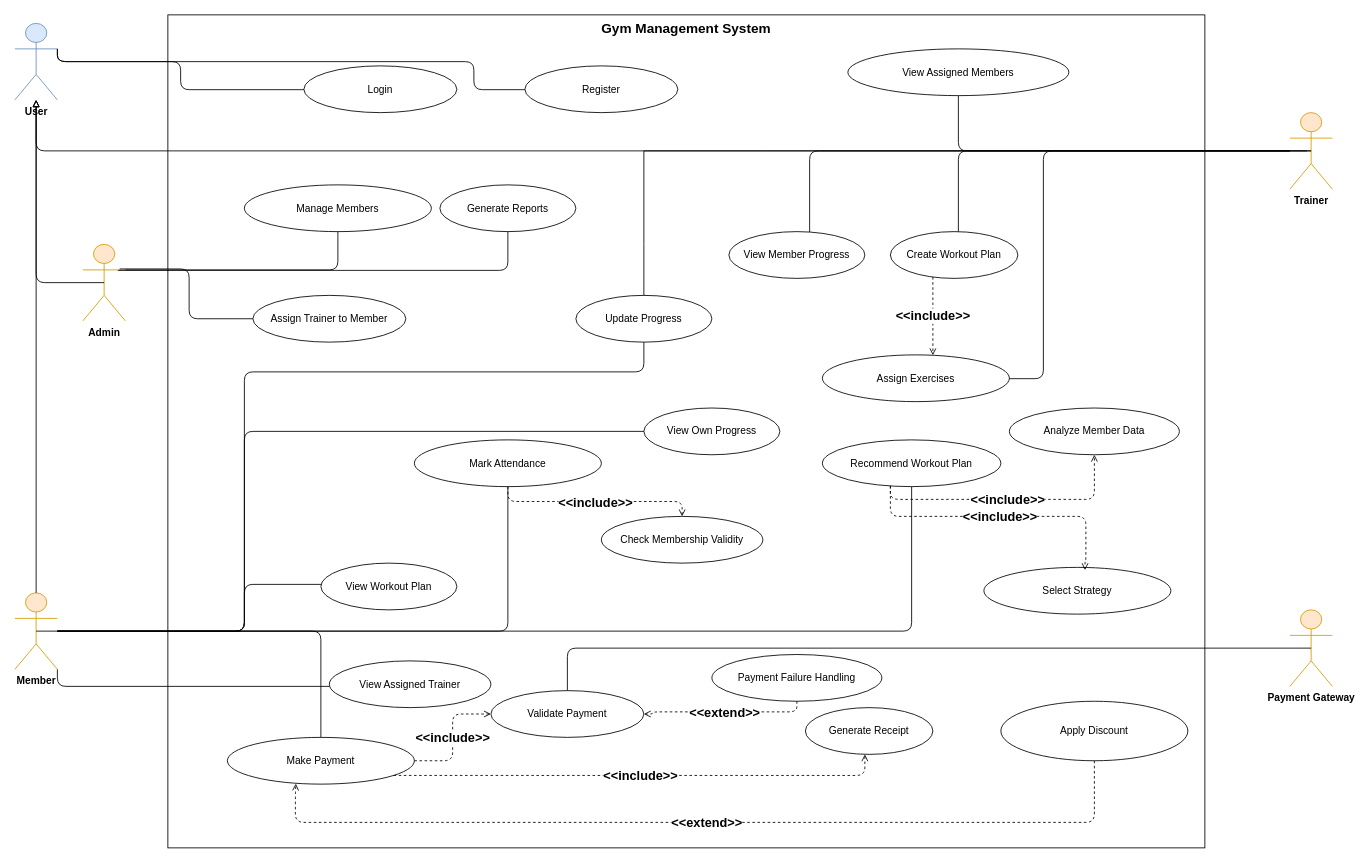
Earlier version of the draw.io diagram UML DIAGRAMS/USE CASE DIAGRAM/Gym_Management_System_Use_Case_Diagram.drawio (GUNADEEP19/GYM-MANAGEMENT-SYSTEM). Source tidied: cells renumbered, new cells numbered last; positions are measured from the earlier drawing's top-left corner, leaving out a move shared by most shapes. Both pictures are drawn from the tidied source at 85%, with x=0, y=0 at pixel (14, 14).
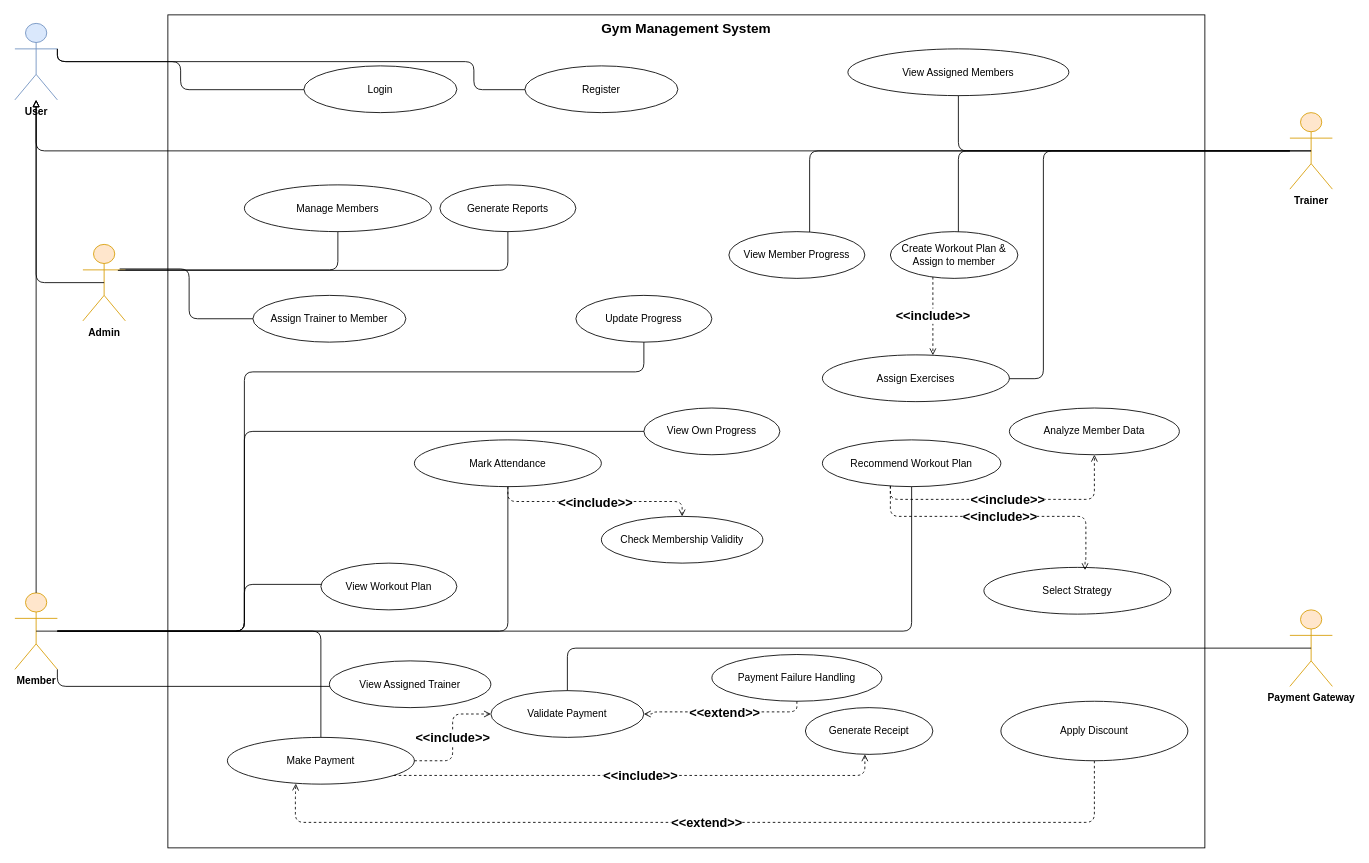
The same page after the edit.

Commit message (it also covers changes not shown here):
feat: implement trainer workout plan creation and improve form validation and recommendation service fallback logic

The change refers to these unchanged cells:
```xml
<mxCell id="53" value="Update Progress" style="ellipse;whiteSpace=wrap;html=1;strokeColor:#000000;fillColor:#ffffff;" parent="1" vertex="1">
  <mxGeometry x="660" y="330" width="160" height="55" as="geometry" />
</mxCell>
```

Change to the diagram source:
```diff
@@
-    <mxCell id="12" value="Create Workout Plan" style="ellipse;whiteSpace=wrap;html=1;strokeColor=#000000;fillColor=#ffffff;" parent="1" vertex="1">
+    <mxCell id="12" value="Create Workout Plan &amp;amp; Assign to member" style="ellipse;whiteSpace=wrap;html=1;strokeColor=#000000;fillColor=#ffffff;" parent="1" vertex="1">
       <mxGeometry x="1030" y="255" width="150" height="55" as="geometry" />
     </mxCell>
@@
-    <mxCell id="59" style="endArrow=none;html=1;rounded=0;entryX=0.5;entryY=0;entryDx=0;entryDy=0;" parent="1" edge="1" target="53">
-      <mxGeometry relative="1" as="geometry">
-        <mxPoint x="1520" y="160" as="sourcePoint" />
-        <Array as="points">
-          <mxPoint x="880" y="160" />
-          <mxPoint x="740" y="160" />
-          <mxPoint x="740" y="270" />
-        </Array>
-      </mxGeometry>
-    </mxCell>
```
